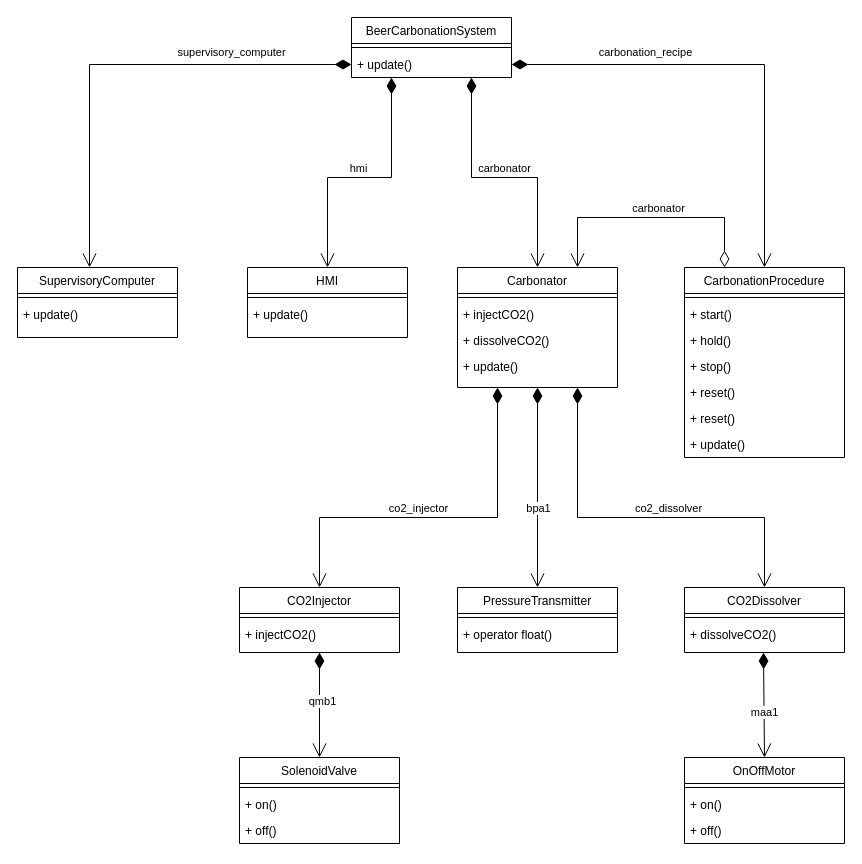
Earlier version of the draw.io diagram doc/architecture/uml.drawio (hbailo/beer-carbonation-system). Source tidied: cells renumbered, new cells numbered last; positions are measured from the earlier drawing's top-left corner, leaving out a move shared by most shapes. Both pictures are drawn from the tidied source at 100%, with x=0, y=0 at pixel (17, 17).
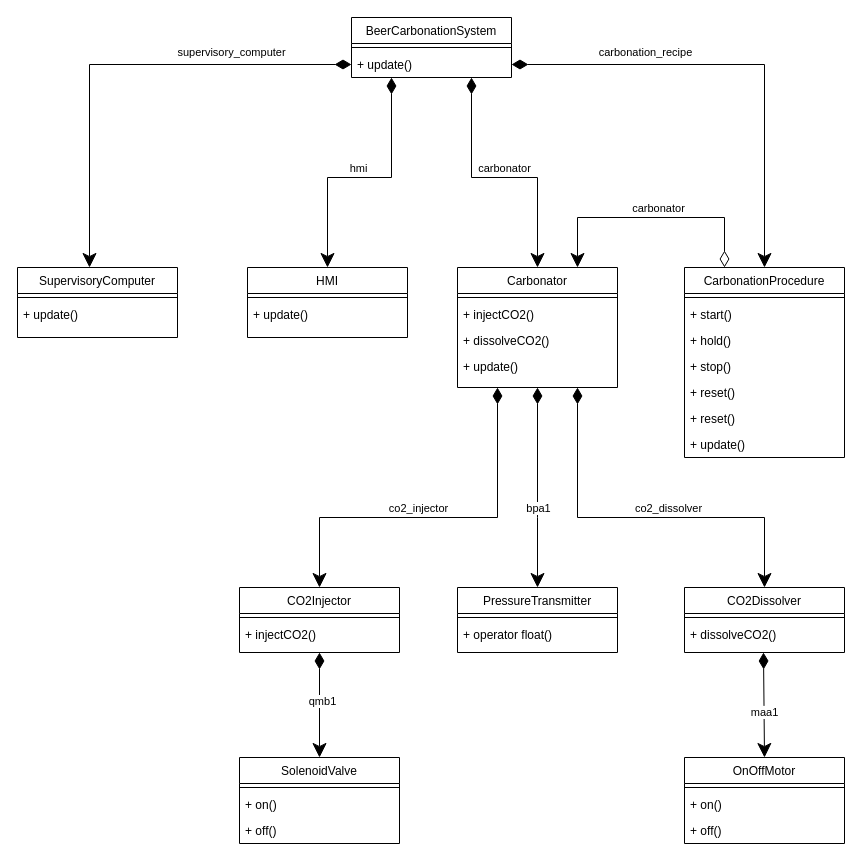
Above is the later version.

Unchanged cells that the change refers to:
```xml
<mxCell id="2" value="Carbonator" style="swimlane;fontStyle=0;align=center;verticalAlign=top;horizontal=1;startSize=26;rounded=0;shadow=0;strokeWidth=1;" parent="1" vertex="1">
  <mxGeometry x="440" y="250" width="160" height="120" as="geometry" />
</mxCell>
<mxCell id="7" value="OnOffMotor" style="swimlane;fontStyle=0;align=center;verticalAlign=top;horizontal=1;startSize=26;rounded=0;shadow=0;strokeWidth=1;" parent="1" vertex="1">
  <mxGeometry x="667" y="740" width="160" height="86" as="geometry" />
</mxCell>
<mxCell id="13" value="BeerCarbonationSystem" style="swimlane;fontStyle=0;align=center;verticalAlign=top;horizontal=1;startSize=26;rounded=0;shadow=0;strokeWidth=1;" parent="1" vertex="1">
  <mxGeometry x="334" width="160" height="60" as="geometry" />
</mxCell>
<mxCell id="15" value="+ update()" style="text;align=left;verticalAlign=top;spacingLeft=4;spacingRight=4;overflow=hidden;points=[[0,0.5],[1,0.5]];portConstraint=eastwest;" parent="13" vertex="1">
  <mxGeometry y="34" width="160" height="26" as="geometry" />
</mxCell>
<mxCell id="18" value="HMI" style="swimlane;fontStyle=0;align=center;verticalAlign=top;horizontal=1;startSize=26;rounded=0;shadow=0;strokeWidth=1;" parent="1" vertex="1">
  <mxGeometry x="230" y="250" width="160" height="70" as="geometry" />
</mxCell>
<mxCell id="23" value="SolenoidValve" style="swimlane;fontStyle=0;align=center;verticalAlign=top;horizontal=1;startSize=26;rounded=0;shadow=0;strokeWidth=1;" parent="1" vertex="1">
  <mxGeometry x="222" y="740" width="160" height="86" as="geometry" />
</mxCell>
<mxCell id="27" value="PressureTransmitter" style="swimlane;fontStyle=0;align=center;verticalAlign=top;horizontal=1;startSize=26;rounded=0;shadow=0;strokeWidth=1;" parent="1" vertex="1">
  <mxGeometry x="440" y="570" width="160" height="65" as="geometry" />
</mxCell>
<mxCell id="34" value="CarbonationProcedure" style="swimlane;fontStyle=0;align=center;verticalAlign=top;horizontal=1;startSize=26;rounded=0;shadow=0;strokeWidth=1;" parent="1" vertex="1">
  <mxGeometry x="667" y="250" width="160" height="190" as="geometry" />
</mxCell>
<mxCell id="51" value="CO2Injector" style="swimlane;fontStyle=0;align=center;verticalAlign=top;horizontal=1;startSize=26;rounded=0;shadow=0;strokeWidth=1;" parent="1" vertex="1">
  <mxGeometry x="222" y="570" width="160" height="65" as="geometry" />
</mxCell>
<mxCell id="54" value="CO2Dissolver" style="swimlane;fontStyle=0;align=center;verticalAlign=top;horizontal=1;startSize=26;rounded=0;shadow=0;strokeWidth=1;" parent="1" vertex="1">
  <mxGeometry x="667" y="570" width="160" height="65" as="geometry" />
</mxCell>
```

Diff of the diagram source:
```diff
@@
-    <mxCell id="11" style="endArrow=open;html=1;endSize=12;startArrow=diamondThin;startSize=14;startFill=1;edgeStyle=orthogonalEdgeStyle;align=left;verticalAlign=bottom;rounded=0;exitX=0.5;exitY=1;exitDx=0;exitDy=0;entryX=0.5;entryY=0;entryDx=0;entryDy=0;" parent="1" edge="1" target="7">
+    <mxCell id="11" style="endArrow=classic;html=1;endSize=12;startArrow=diamondThin;startSize=14;startFill=1;edgeStyle=orthogonalEdgeStyle;align=left;verticalAlign=bottom;rounded=0;exitX=0.5;exitY=1;exitDx=0;exitDy=0;entryX=0.5;entryY=0;entryDx=0;entryDy=0;endFill=1;" parent="1" edge="1" target="7">
       <mxGeometry x="-1" y="3" relative="1" as="geometry">
         <mxPoint x="746" y="635" as="sourcePoint" />
       </mxGeometry>
     </mxCell>
@@
-    <mxCell id="16" style="endArrow=open;html=1;endSize=12;startArrow=diamondThin;startSize=14;startFill=1;edgeStyle=orthogonalEdgeStyle;align=left;verticalAlign=bottom;rounded=0;entryX=0.5;entryY=0;entryDx=0;entryDy=0;exitX=0.75;exitY=1;exitDx=0;exitDy=0;" parent="1" edge="1" source="13" target="2">
+    <mxCell id="16" style="endArrow=classic;html=1;endSize=12;startArrow=diamondThin;startSize=14;startFill=1;edgeStyle=orthogonalEdgeStyle;align=left;verticalAlign=bottom;rounded=0;entryX=0.5;entryY=0;entryDx=0;entryDy=0;exitX=0.75;exitY=1;exitDx=0;exitDy=0;endFill=1;" parent="1" edge="1" source="13" target="2">
       <mxGeometry x="-1" y="3" relative="1" as="geometry">
         <Array as="points">
           <mxPoint x="454" y="160" />
           <mxPoint x="520" y="160" />
         </Array>
       </mxGeometry>
     </mxCell>
@@
-    <mxCell id="21" style="endArrow=open;html=1;endSize=12;startArrow=diamondThin;startSize=14;startFill=1;edgeStyle=orthogonalEdgeStyle;align=left;verticalAlign=bottom;rounded=0;entryX=0.5;entryY=0;entryDx=0;entryDy=0;exitX=0.25;exitY=1;exitDx=0;exitDy=0;" parent="1" edge="1" source="13" target="18">
+    <mxCell id="21" style="endArrow=classic;html=1;endSize=12;startArrow=diamondThin;startSize=14;startFill=1;edgeStyle=orthogonalEdgeStyle;align=left;verticalAlign=bottom;rounded=0;entryX=0.5;entryY=0;entryDx=0;entryDy=0;exitX=0.25;exitY=1;exitDx=0;exitDy=0;endFill=1;" parent="1" edge="1" source="13" target="18">
       <mxGeometry x="-1" y="3" relative="1" as="geometry">
         <Array as="points">
           <mxPoint x="374" y="160" />
           <mxPoint x="310" y="160" />
         </Array>
       </mxGeometry>
     </mxCell>
@@
-    <mxCell id="30" style="endArrow=open;html=1;endSize=12;startArrow=diamondThin;startSize=14;startFill=1;edgeStyle=orthogonalEdgeStyle;align=left;verticalAlign=bottom;rounded=0;exitX=0.5;exitY=1;exitDx=0;exitDy=0;entryX=0.5;entryY=0;entryDx=0;entryDy=0;" parent="1" edge="1" source="51" target="23">
+    <mxCell id="30" style="endArrow=classic;html=1;endSize=12;startArrow=diamondThin;startSize=14;startFill=1;edgeStyle=orthogonalEdgeStyle;align=left;verticalAlign=bottom;rounded=0;exitX=0.5;exitY=1;exitDx=0;exitDy=0;entryX=0.5;entryY=0;entryDx=0;entryDy=0;endFill=1;" parent="1" edge="1" source="51" target="23">
       <mxGeometry x="-1" y="3" relative="1" as="geometry" />
     </mxCell>
@@
-    <mxCell id="32" style="endArrow=open;html=1;endSize=12;startArrow=diamondThin;startSize=14;startFill=1;edgeStyle=orthogonalEdgeStyle;align=left;verticalAlign=bottom;rounded=0;entryX=0.5;entryY=0;entryDx=0;entryDy=0;exitX=0.5;exitY=1;exitDx=0;exitDy=0;" parent="1" edge="1" source="2" target="27">
+    <mxCell id="32" style="endArrow=classic;html=1;endSize=12;startArrow=diamondThin;startSize=14;startFill=1;edgeStyle=orthogonalEdgeStyle;align=left;verticalAlign=bottom;rounded=0;entryX=0.5;entryY=0;entryDx=0;entryDy=0;exitX=0.5;exitY=1;exitDx=0;exitDy=0;endFill=1;" parent="1" edge="1" source="2" target="27">
       <mxGeometry x="-1" y="3" relative="1" as="geometry">
         <Array as="points">
           <mxPoint x="520" y="500" />
           <mxPoint x="520" y="500" />
         </Array>
       </mxGeometry>
     </mxCell>
@@
-    <mxCell id="42" style="endArrow=open;html=1;endSize=12;startArrow=diamondThin;startSize=14;startFill=1;edgeStyle=orthogonalEdgeStyle;align=left;verticalAlign=bottom;rounded=0;entryX=0.5;entryY=0;entryDx=0;entryDy=0;exitX=1;exitY=0.5;exitDx=0;exitDy=0;" parent="1" edge="1" source="15" target="34">
+    <mxCell id="42" style="endArrow=classic;html=1;endSize=12;startArrow=diamondThin;startSize=14;startFill=1;edgeStyle=orthogonalEdgeStyle;align=left;verticalAlign=bottom;rounded=0;entryX=0.5;entryY=0;entryDx=0;entryDy=0;exitX=1;exitY=0.5;exitDx=0;exitDy=0;endFill=1;" parent="1" edge="1" source="15" target="34">
       <mxGeometry x="-1" y="3" relative="1" as="geometry">
         <Array as="points">
           <mxPoint x="747" y="47" />
         </Array>
       </mxGeometry>
     </mxCell>
@@
-    <mxCell id="44" style="endArrow=open;html=1;endSize=12;startArrow=diamondThin;startSize=14;startFill=0;edgeStyle=orthogonalEdgeStyle;align=left;verticalAlign=bottom;rounded=0;exitX=0.25;exitY=0;exitDx=0;exitDy=0;entryX=0.75;entryY=0;entryDx=0;entryDy=0;" parent="1" edge="1" source="34" target="2">
+    <mxCell id="44" style="endArrow=classic;html=1;endSize=12;startArrow=diamondThin;startSize=14;startFill=0;edgeStyle=orthogonalEdgeStyle;align=left;verticalAlign=bottom;rounded=0;exitX=0.25;exitY=0;exitDx=0;exitDy=0;entryX=0.75;entryY=0;entryDx=0;entryDy=0;endFill=1;" parent="1" edge="1" source="34" target="2">
       <mxGeometry x="-1" y="3" relative="1" as="geometry">
         <Array as="points">
           <mxPoint x="707" y="200" />
           <mxPoint x="560" y="200" />
         </Array>
       </mxGeometry>
     </mxCell>
@@
-    <mxCell id="49" style="endArrow=open;html=1;endSize=12;startArrow=diamondThin;startSize=14;startFill=1;edgeStyle=orthogonalEdgeStyle;align=left;verticalAlign=bottom;rounded=0;entryX=0.5;entryY=0;entryDx=0;entryDy=0;exitX=0;exitY=0.5;exitDx=0;exitDy=0;" parent="1" edge="1" source="15">
+    <mxCell id="49" style="endArrow=classic;html=1;endSize=12;startArrow=diamondThin;startSize=14;startFill=1;edgeStyle=orthogonalEdgeStyle;align=left;verticalAlign=bottom;rounded=0;entryX=0.5;entryY=0;entryDx=0;entryDy=0;exitX=0;exitY=0.5;exitDx=0;exitDy=0;endFill=1;" parent="1" edge="1" source="15">
       <mxGeometry x="-1" y="3" relative="1" as="geometry">
         <mxPoint x="72" y="250" as="targetPoint" />
         <Array as="points">
           <mxPoint x="72" y="47" />
         </Array>
       </mxGeometry>
     </mxCell>
@@
-    <mxCell id="57" style="endArrow=open;html=1;endSize=12;startArrow=diamondThin;startSize=14;startFill=1;edgeStyle=orthogonalEdgeStyle;align=left;verticalAlign=bottom;rounded=0;entryX=0.5;entryY=0;entryDx=0;entryDy=0;exitX=0.25;exitY=1;exitDx=0;exitDy=0;" parent="1" edge="1" source="2" target="51">
+    <mxCell id="57" style="endArrow=classic;html=1;endSize=12;startArrow=diamondThin;startSize=14;startFill=1;edgeStyle=orthogonalEdgeStyle;align=left;verticalAlign=bottom;rounded=0;entryX=0.5;entryY=0;entryDx=0;entryDy=0;exitX=0.25;exitY=1;exitDx=0;exitDy=0;endFill=1;" parent="1" edge="1" source="2" target="51">
       <mxGeometry x="-1" y="3" relative="1" as="geometry">
         <Array as="points">
           <mxPoint x="480" y="500" />
           <mxPoint x="302" y="500" />
         </Array>
       </mxGeometry>
     </mxCell>
@@
-    <mxCell id="59" style="endArrow=open;html=1;endSize=12;startArrow=diamondThin;startSize=14;startFill=1;edgeStyle=orthogonalEdgeStyle;align=left;verticalAlign=bottom;rounded=0;entryX=0.5;entryY=0;entryDx=0;entryDy=0;exitX=0.75;exitY=1;exitDx=0;exitDy=0;" parent="1" edge="1" source="2" target="54">
+    <mxCell id="59" style="endArrow=classic;html=1;endSize=12;startArrow=diamondThin;startSize=14;startFill=1;edgeStyle=orthogonalEdgeStyle;align=left;verticalAlign=bottom;rounded=0;entryX=0.5;entryY=0;entryDx=0;entryDy=0;exitX=0.75;exitY=1;exitDx=0;exitDy=0;endFill=1;" parent="1" edge="1" source="2" target="54">
       <mxGeometry x="-1" y="3" relative="1" as="geometry">
         <Array as="points">
           <mxPoint x="560" y="500" />
           <mxPoint x="747" y="500" />
         </Array>
       </mxGeometry>
     </mxCell>
```
